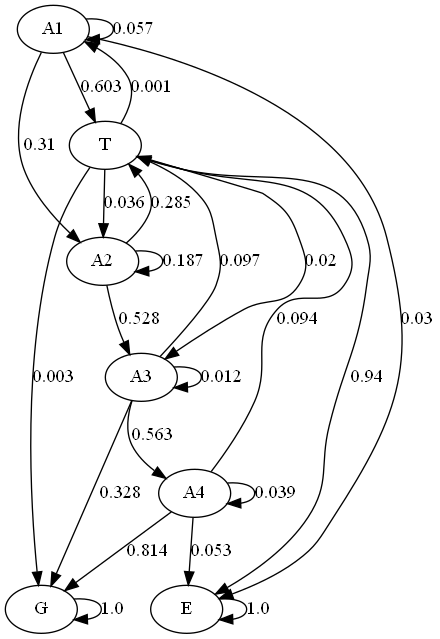
Above: graph/markov.png in JulianaFerreira/educacao (Graphviz), before the change. Its source is kept beside it as graph/markov.dot.
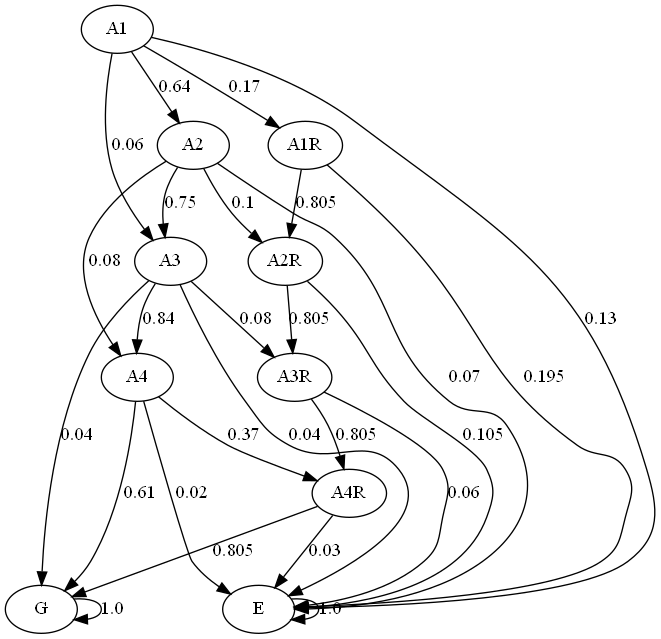
After the commit.

The edit, as a diff of the source:
```diff
@@ -1,31 +1,37 @@
 digraph  {
 A1;
-T;
 A2;
 A3;
 A4;
+A1R;
+A2R;
+A3R;
+A4R;
 G;
 E;
-A1 -> A1  [key=0, label="0.057", weight="0.057"];
-A1 -> A2  [key=0, label="0.31", weight="0.31"];
-A1 -> T  [key=0, label="0.603", weight="0.603"];
-A1 -> E  [key=0, label="0.03", weight="0.03"];
-T -> A1  [key=0, label="0.001", weight="0.001"];
-T -> A2  [key=0, label="0.036", weight="0.036"];
-T -> A3  [key=0, label="0.02", weight="0.02"];
-T -> G  [key=0, label="0.003", weight="0.003"];
-T -> E  [key=0, label="0.94", weight="0.94"];
-A2 -> A2  [key=0, label="0.187", weight="0.187"];
-A2 -> A3  [key=0, label="0.528", weight="0.528"];
-A2 -> T  [key=0, label="0.285", weight="0.285"];
-A3 -> A3  [key=0, label="0.012", weight="0.012"];
-A3 -> A4  [key=0, label="0.563", weight="0.563"];
-A3 -> T  [key=0, label="0.097", weight="0.097"];
-A3 -> G  [key=0, label="0.328", weight="0.328"];
-A4 -> A4  [key=0, label="0.039", weight="0.039"];
-A4 -> T  [key=0, label="0.094", weight="0.094"];
-A4 -> G  [key=0, label="0.814", weight="0.814"];
-A4 -> E  [key=0, label="0.053", weight="0.053"];
+A1 -> A2  [key=0, label="0.64", weight="0.64"];
+A1 -> A3  [key=0, label="0.06", weight="0.06"];
+A1 -> A1R  [key=0, label="0.17", weight="0.17"];
+A1 -> E  [key=0, label="0.13", weight="0.13"];
+A2 -> A3  [key=0, label="0.75", weight="0.75"];
+A2 -> A4  [key=0, label="0.08", weight="0.08"];
+A2 -> A2R  [key=0, label="0.1", weight="0.1"];
+A2 -> E  [key=0, label="0.07", weight="0.07"];
+A3 -> A4  [key=0, label="0.84", weight="0.84"];
+A3 -> A3R  [key=0, label="0.08", weight="0.08"];
+A3 -> G  [key=0, label="0.04", weight="0.04"];
+A3 -> E  [key=0, label="0.04", weight="0.04"];
+A4 -> A4R  [key=0, label="0.37", weight="0.37"];
+A4 -> G  [key=0, label="0.61", weight="0.61"];
+A4 -> E  [key=0, label="0.02", weight="0.02"];
+A1R -> A2R  [key=0, label="0.805", weight="0.805"];
+A1R -> E  [key=0, label="0.195", weight="0.195"];
+A2R -> A3R  [key=0, label="0.805", weight="0.805"];
+A2R -> E  [key=0, label="0.105", weight="0.105"];
+A3R -> A4R  [key=0, label="0.805", weight="0.805"];
+A3R -> E  [key=0, label="0.06", weight="0.06"];
+A4R -> G  [key=0, label="0.805", weight="0.805"];
+A4R -> E  [key=0, label="0.03", weight="0.03"];
 G -> G  [key=0, label="1.0", weight="1.0"];
 E -> E  [key=0, label="1.0", weight="1.0"];
 }
```
